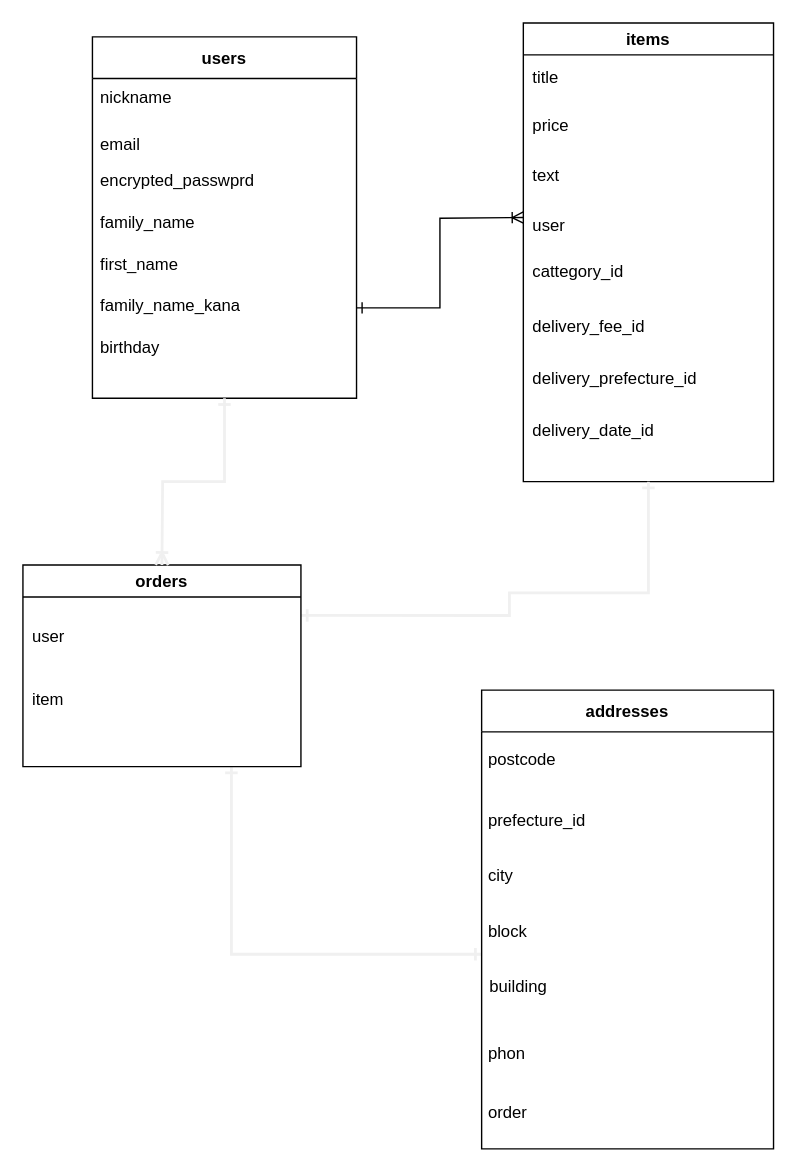
This is ER図.dio from akkyflair/furima-36121, a draw.io file, before an edit. Source tidied: cells renumbered, new cells numbered last; positions are measured from the earlier drawing's top-left corner, leaving out a move shared by most shapes. Both pictures are drawn from the tidied source at 139%, with x=0, y=0 at pixel (22, 22).
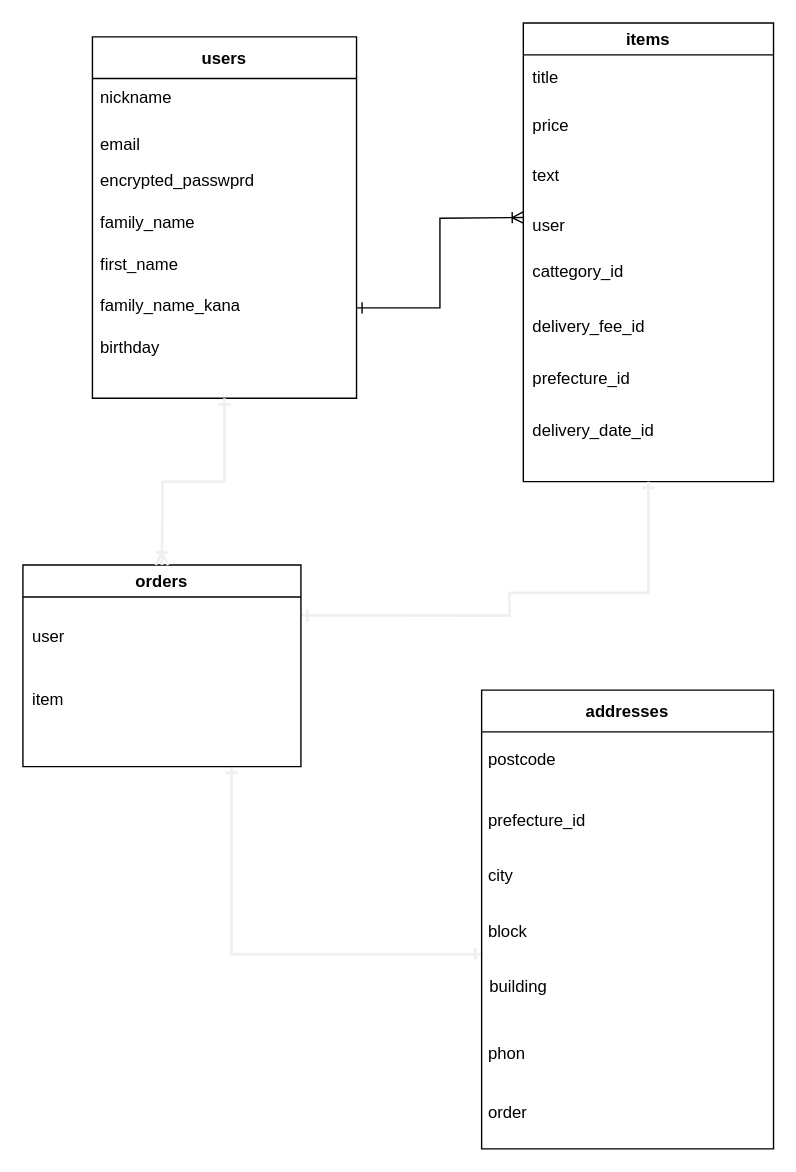
The same diagram, later.

Commit message (it also covers changes not shown here):
データベース設計修正2

The edit, as a diff of the source:
```diff
@@
-    <mxCell id="29" value="delivery_prefecture_id" style="text;strokeColor=none;fillColor=none;align=left;verticalAlign=top;spacingLeft=4;spacingRight=4;overflow=hidden;" parent="1" vertex="1">
+    <mxCell id="29" value="prefecture_id" style="text;strokeColor=none;fillColor=none;align=left;verticalAlign=top;spacingLeft=4;spacingRight=4;overflow=hidden;" parent="1" vertex="1">
       <mxGeometry x="361" y="242" width="179" height="26" as="geometry" />
     </mxCell>
```
